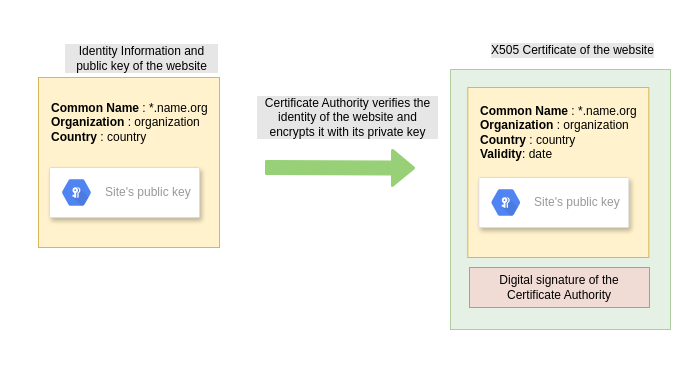
This is src/pages/articles/https/secure-connnections-with-ssl/obtaining-digital-certificate-procedure.drawio from ahenteti/ahenteti.github.io, a draw.io file, before an edit. Source tidied: cells renumbered, new cells numbered last; positions are measured from the earlier drawing's top-left corner, leaving out a move shared by most shapes. Both pictures are drawn from the tidied source at 100%, with x=0, y=0 at pixel (38, 30).
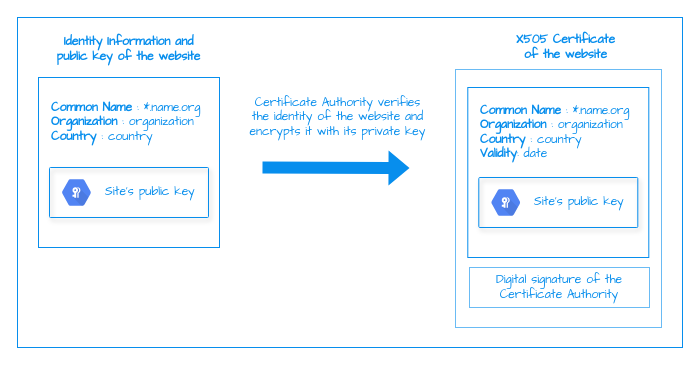
The same page after the edit.

Change to the diagram source:
```diff
@@
+    <mxCell id="18" style="rounded=0;whiteSpace=wrap;html=1;labelBackgroundColor=none;strokeColor=#078EED;fillColor=none;fontFamily=Comic Sans MS;fontColor=#078eed;" parent="1" vertex="1">
+      <mxGeometry x="-21" y="-13" width="665" height="330" as="geometry" />
+    </mxCell>
-    <mxCell id="2" value="&lt;span style=&quot;font-weight: normal&quot;&gt;Identity Information and public key of the website&lt;/span&gt;" style="text;html=1;strokeColor=none;fillColor=none;align=center;verticalAlign=middle;whiteSpace=wrap;rounded=1;fontStyle=1;glass=0;comic=0;shadow=0;opacity=50;labelBackgroundColor=#E6E6E6;" parent="1" vertex="1">
-      <mxGeometry x="26" y="8" width="155" height="40" as="geometry" />
+    <mxCell id="2" value="&lt;span style=&quot;&quot;&gt;Identity Information and public key of the website&lt;/span&gt;" style="text;html=1;strokeColor=none;fillColor=none;align=center;verticalAlign=middle;whiteSpace=wrap;rounded=1;fontStyle=1;glass=0;comic=0;shadow=0;opacity=50;labelBackgroundColor=none;fontFamily=Comic Sans MS;fontColor=#078eed;dashed=1;dashPattern=1 1;" parent="1" vertex="1">
+      <mxGeometry x="13" y="-1" width="155" height="40" as="geometry" />
     </mxCell>
-    <mxCell id="3" style="shape=flexArrow;endArrow=classic;html=1;strokeColor=#97D077;strokeWidth=3;fillColor=#97D077;" parent="1" edge="1">
+    <mxCell id="3" style="shape=flexArrow;endArrow=classic;html=1;strokeColor=none;strokeWidth=3;fillColor=#078EED;fontFamily=Comic Sans MS;fontColor=#078eed;" parent="1" edge="1">
       <mxGeometry relative="1" as="geometry">
-        <mxPoint x="226.5" y="137" as="sourcePoint" />
-        <mxPoint x="376.5" y="137.5" as="targetPoint" />
+        <mxPoint x="222.5" y="137" as="sourcePoint" />
+        <mxPoint x="372.5" y="137.5" as="targetPoint" />
       </mxGeometry>
     </mxCell>
-    <mxCell id="4" value="&lt;span style=&quot;font-weight: normal&quot;&gt;Certificate Authority verifies the identity of the website and encrypts it with its private key&lt;/span&gt;" style="text;html=1;strokeColor=none;fillColor=none;align=center;verticalAlign=middle;whiteSpace=wrap;rounded=1;fontStyle=1;glass=0;comic=0;shadow=0;opacity=60;labelBackgroundColor=#E6E6E6;" parent="1" vertex="1">
-      <mxGeometry x="218" y="62" width="183" height="50" as="geometry" />
+    <mxCell id="4" value="&lt;span style=&quot;font-weight: normal&quot;&gt;Certificate Authority verifies the identity of the website and encrypts it with its private key&lt;/span&gt;" style="text;html=1;strokeColor=none;fillColor=none;align=center;verticalAlign=middle;whiteSpace=wrap;rounded=1;fontStyle=1;glass=0;comic=0;shadow=0;opacity=60;labelBackgroundColor=none;fontFamily=Comic Sans MS;fontColor=#078eed;dashed=1;dashPattern=1 1;" parent="1" vertex="1">
+      <mxGeometry x="208" y="62" width="183" height="50" as="geometry" />
     </mxCell>
-    <mxCell id="5" style="rounded=0;whiteSpace=wrap;html=1;shadow=0;glass=0;comic=0;strokeColor=#82b366;strokeWidth=1;opacity=60;align=left;fillColor=#d5e8d4;" parent="1" vertex="1">
-      <mxGeometry x="412" y="39" width="220" height="260" as="geometry" />
+    <mxCell id="5" style="rounded=0;whiteSpace=wrap;html=1;shadow=0;glass=0;comic=0;strokeColor=#078EED;strokeWidth=1;opacity=60;align=left;fillColor=none;fontFamily=Comic Sans MS;fontColor=#078EED;" parent="1" vertex="1">
+      <mxGeometry x="417" y="39" width="206" height="258" as="geometry" />
     </mxCell>
-    <mxCell id="6" style="group;" parent="1" vertex="1">
+    <mxCell id="6" style="group;fontFamily=Comic Sans MS;fontColor=#078eed;" parent="1" vertex="1">
       <mxGeometry y="47" width="191" height="170" as="geometry" />
     </mxCell>
-    <mxCell id="7" style="rounded=0;whiteSpace=wrap;html=1;strokeColor=#d6b656;strokeWidth=1;fillColor=#fff2cc;" parent="6" vertex="1">
+    <mxCell id="7" style="rounded=0;whiteSpace=wrap;html=1;strokeColor=#078EED;strokeWidth=1;fillColor=none;fontFamily=Comic Sans MS;fontColor=#078eed;" parent="6" vertex="1">
       <mxGeometry width="181" height="170" as="geometry" />
     </mxCell>
-    <mxCell id="8" value="&lt;b&gt;Common Name&lt;/b&gt; : *.name.org&lt;br&gt;&lt;b&gt;Organization&lt;/b&gt; : organization&lt;br&gt;&lt;b&gt;Country&lt;/b&gt;&amp;nbsp;: country" style="text;html=1;strokeColor=none;fillColor=none;align=left;verticalAlign=middle;whiteSpace=wrap;rounded=0;" parent="6" vertex="1">
+    <mxCell id="8" value="&lt;b&gt;Common Name&lt;/b&gt; : *.name.org&lt;br&gt;&lt;b&gt;Organization&lt;/b&gt; : organization&lt;br&gt;&lt;b&gt;Country&lt;/b&gt;&amp;nbsp;: country" style="text;html=1;strokeColor=none;fillColor=none;align=left;verticalAlign=middle;whiteSpace=wrap;rounded=0;fontFamily=Comic Sans MS;fontColor=#078eed;" parent="6" vertex="1">
       <mxGeometry x="11" y="10" width="180" height="70" as="geometry" />
     </mxCell>
-    <mxCell id="9" style="strokeColor=#dddddd;fillColor=#ffffff;shadow=1;strokeWidth=1;rounded=1;absoluteArcSize=1;arcSize=2;align=left;" parent="6" vertex="1">
-      <mxGeometry x="11" y="90" width="150" height="50" as="geometry" />
+    <mxCell id="9" style="strokeColor=#078EED;fillColor=none;shadow=1;strokeWidth=1;rounded=1;absoluteArcSize=1;arcSize=2;align=left;fontFamily=Comic Sans MS;fontColor=#078eed;" parent="6" vertex="1">
+      <mxGeometry x="11" y="90" width="159" height="50" as="geometry" />
     </mxCell>
-    <mxCell id="10" value="Site's public key" style="dashed=0;html=1;fillColor=#5184F3;strokeColor=none;shape=mxgraph.gcp2.hexIcon;prIcon=security_key_enforcement;labelPosition=right;verticalLabelPosition=middle;align=left;verticalAlign=middle;spacingLeft=5;fontColor=#999999;fontSize=12;" parent="9" vertex="1">
+    <mxCell id="10" value="Site's public key" style="dashed=0;html=1;fillColor=#5184F3;strokeColor=none;shape=mxgraph.gcp2.hexIcon;prIcon=security_key_enforcement;labelPosition=right;verticalLabelPosition=middle;align=left;verticalAlign=middle;spacingLeft=5;fontColor=#078eed;fontSize=12;fontFamily=Comic Sans MS;" parent="9" vertex="1">
       <mxGeometry y="0.5" width="44" height="39" relative="1" as="geometry">
         <mxPoint x="5" y="-19.5" as="offset" />
       </mxGeometry>
     </mxCell>
-    <mxCell id="11" style="group;" parent="1" vertex="1">
+    <mxCell id="11" style="group;fontFamily=Comic Sans MS;fontColor=#078eed;" parent="1" vertex="1">
       <mxGeometry x="429.3" y="57" width="191" height="170" as="geometry" />
     </mxCell>
-    <mxCell id="12" style="rounded=0;whiteSpace=wrap;html=1;strokeColor=#d6b656;strokeWidth=1;fillColor=#fff2cc;" parent="11" vertex="1">
+    <mxCell id="12" style="rounded=0;whiteSpace=wrap;html=1;strokeColor=#078EED;strokeWidth=1;fillColor=none;fontFamily=Comic Sans MS;fontColor=#078eed;" parent="11" vertex="1">
       <mxGeometry width="181" height="170" as="geometry" />
     </mxCell>
-    <mxCell id="13" value="&lt;b&gt;Common Name&lt;/b&gt; : *.name.org&lt;br&gt;&lt;b&gt;Organization&lt;/b&gt; : organization&lt;br&gt;&lt;b&gt;Country&lt;/b&gt;&amp;nbsp;: country&lt;br&gt;&lt;b&gt;Validity&lt;/b&gt;: date" style="text;html=1;strokeColor=none;fillColor=none;align=left;verticalAlign=middle;whiteSpace=wrap;rounded=0;" parent="11" vertex="1">
+    <mxCell id="13" value="&lt;b&gt;Common Name&lt;/b&gt; : *.name.org&lt;br&gt;&lt;b&gt;Organization&lt;/b&gt; : organization&lt;br&gt;&lt;b&gt;Country&lt;/b&gt;&amp;nbsp;: country&lt;br&gt;&lt;b&gt;Validity&lt;/b&gt;: date" style="text;html=1;strokeColor=none;fillColor=none;align=left;verticalAlign=middle;whiteSpace=wrap;rounded=0;fontFamily=Comic Sans MS;fontColor=#078eed;" parent="11" vertex="1">
       <mxGeometry x="11" y="10" width="180" height="70" as="geometry" />
     </mxCell>
-    <mxCell id="14" style="strokeColor=#dddddd;fillColor=#ffffff;shadow=1;strokeWidth=1;rounded=1;absoluteArcSize=1;arcSize=2;align=left;" parent="11" vertex="1">
-      <mxGeometry x="11" y="90" width="150" height="50" as="geometry" />
+    <mxCell id="14" style="strokeColor=#078EED;fillColor=none;shadow=1;strokeWidth=1;rounded=1;absoluteArcSize=1;arcSize=2;align=left;fontFamily=Comic Sans MS;fontColor=#078eed;" parent="11" vertex="1">
+      <mxGeometry x="11" y="90" width="159" height="50" as="geometry" />
     </mxCell>
-    <mxCell id="15" value="Site's public key" style="dashed=0;html=1;fillColor=#5184F3;strokeColor=none;shape=mxgraph.gcp2.hexIcon;prIcon=security_key_enforcement;labelPosition=right;verticalLabelPosition=middle;align=left;verticalAlign=middle;spacingLeft=5;fontColor=#999999;fontSize=12;" parent="14" vertex="1">
+    <mxCell id="15" value="Site's public key" style="dashed=0;html=1;fillColor=#5184F3;strokeColor=none;shape=mxgraph.gcp2.hexIcon;prIcon=security_key_enforcement;labelPosition=right;verticalLabelPosition=middle;align=left;verticalAlign=middle;spacingLeft=5;fontColor=#078eed;fontSize=12;fontFamily=Comic Sans MS;" parent="14" vertex="1">
       <mxGeometry y="0.5" width="44" height="39" relative="1" as="geometry">
         <mxPoint x="5" y="-19.5" as="offset" />
       </mxGeometry>
     </mxCell>
-    <mxCell id="16" value="Digital signature of the &lt;br&gt;Certificate Authority" style="rounded=0;whiteSpace=wrap;html=1;shadow=0;glass=0;comic=0;strokeColor=#b85450;strokeWidth=1;opacity=60;align=center;fillColor=#f8cecc;" parent="1" vertex="1">
+    <mxCell id="16" value="Digital signature of the &lt;br&gt;Certificate Authority" style="rounded=0;whiteSpace=wrap;html=1;shadow=0;glass=0;comic=0;strokeColor=#078EED;strokeWidth=1;opacity=60;align=center;fillColor=none;fontFamily=Comic Sans MS;fontColor=#078eed;" parent="1" vertex="1">
       <mxGeometry x="431" y="237" width="180" height="40" as="geometry" />
     </mxCell>
-    <mxCell id="17" value="&lt;span style=&quot;font-weight: normal&quot;&gt;X505 Certificate of the website&lt;/span&gt;" style="text;html=1;strokeColor=none;fillColor=none;align=center;verticalAlign=middle;whiteSpace=wrap;rounded=1;fontStyle=1;glass=0;comic=0;shadow=0;opacity=50;labelBackgroundColor=#E6E6E6;" parent="1" vertex="1">
-      <mxGeometry x="445" width="179" height="40" as="geometry" />
+    <mxCell id="17" value="&lt;span&gt;X505 Certificate &lt;br&gt;of the website&lt;/span&gt;" style="text;html=1;strokeColor=none;fillColor=none;align=center;verticalAlign=middle;whiteSpace=wrap;rounded=1;fontStyle=1;glass=0;comic=0;shadow=0;opacity=50;labelBackgroundColor=none;fontFamily=Comic Sans MS;fontColor=#078eed;" parent="1" vertex="1">
+      <mxGeometry x="438" y="-3" width="179" height="40" as="geometry" />
     </mxCell>
```
